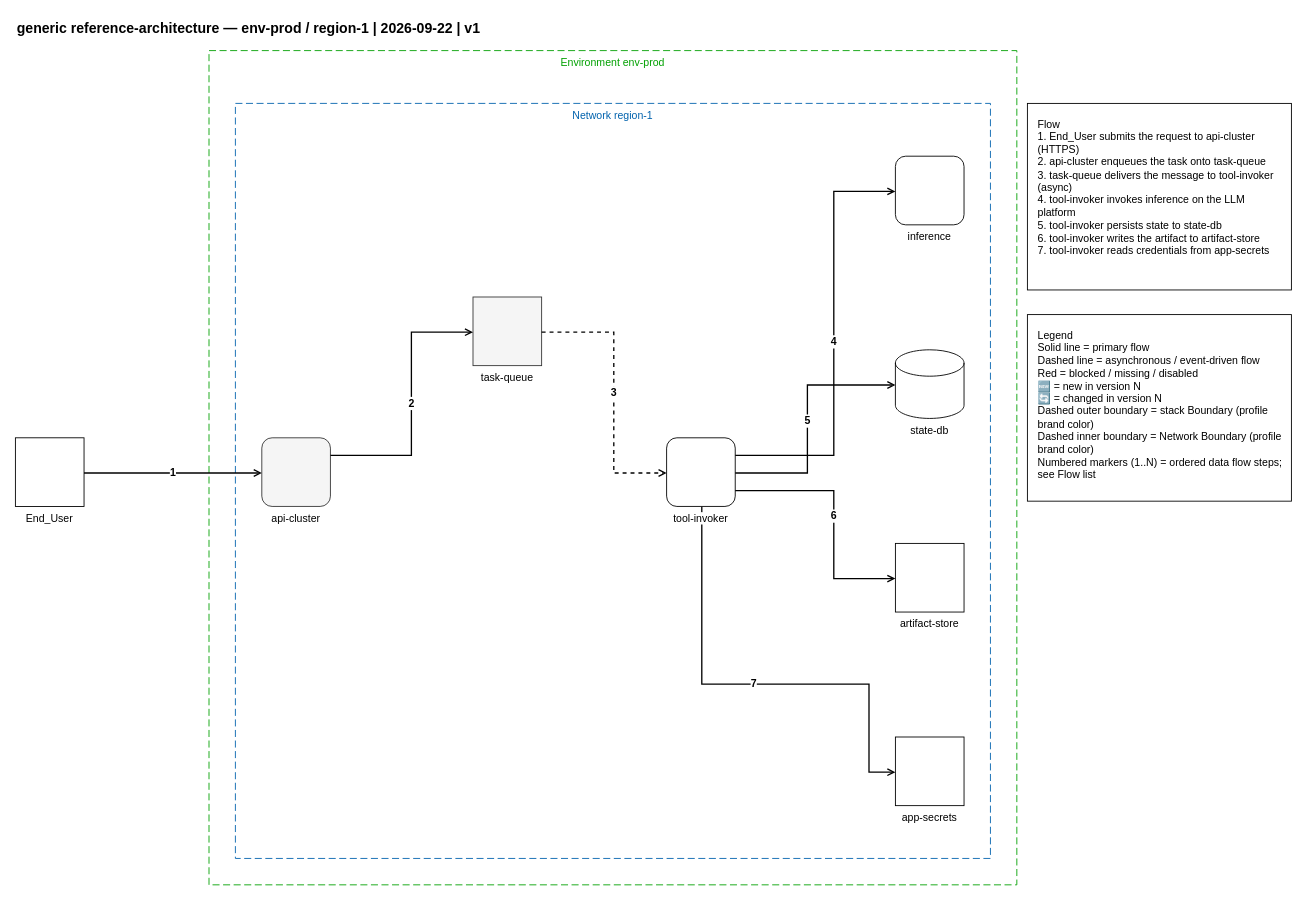
Earlier version of the draw.io diagram examples/generic/01-generic-reference-architecture.drawio (totoshko88/Cloud_Architecture). Source tidied: cells renumbered, new cells numbered last; positions are measured from the earlier drawing's top-left corner, leaving out a move shared by most shapes. Both pictures are drawn from the tidied source at 88%, with x=0, y=0 at pixel (15, 15).
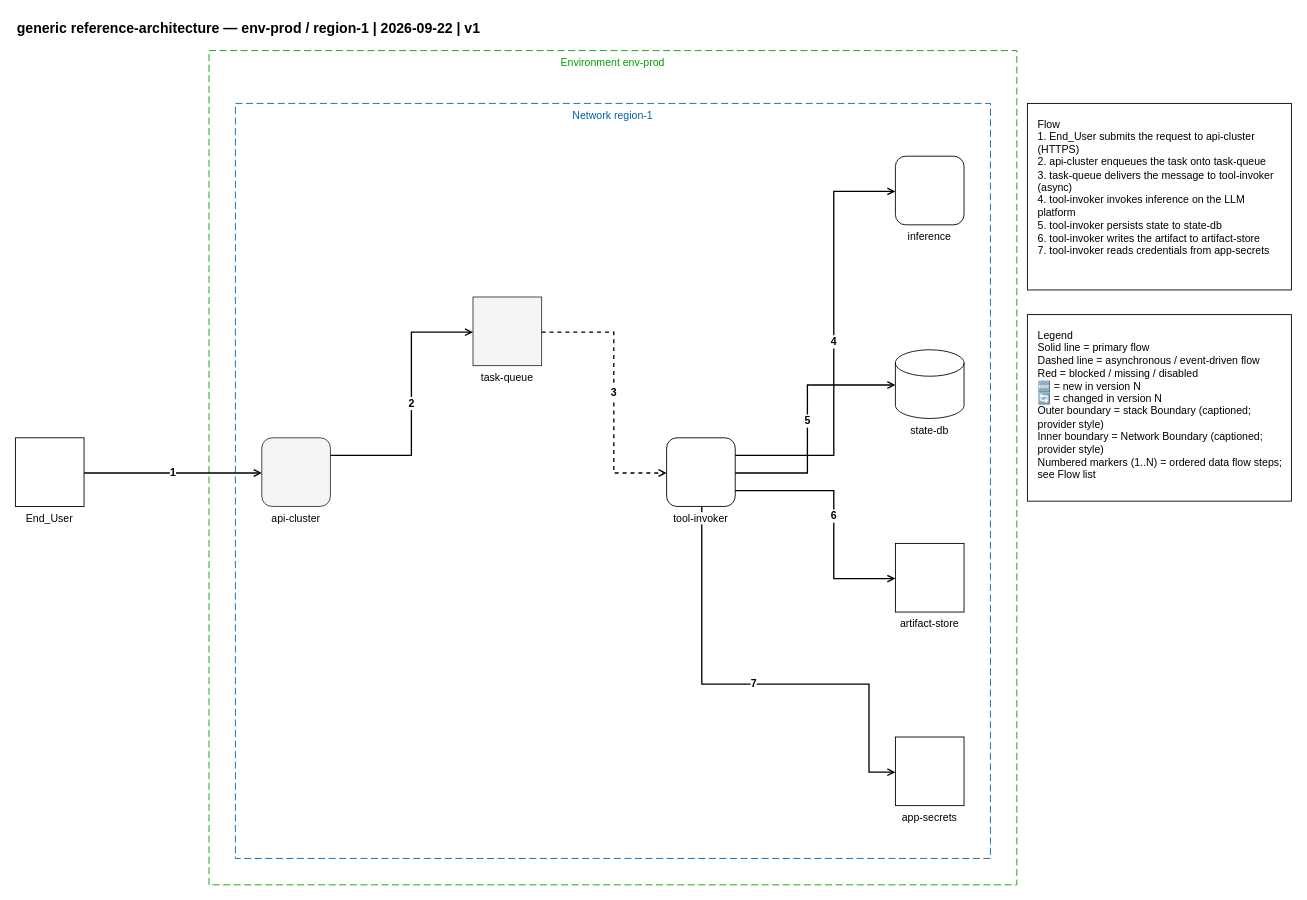
Above is the later version.

Change to the diagram source:
```diff
@@
-    <mxCell id="21" value="Legend&#10;Solid line = primary flow&#10;Dashed line = asynchronous / event-driven flow&#10;Red = blocked / missing / disabled&#10;🆕 = new in version N&#10;🔄 = changed in version N&#10;Dashed outer boundary = stack Boundary (profile brand color)&#10;Dashed inner boundary = Network Boundary (profile brand color)&#10;Numbered markers (1..N) = ordered data flow steps; see Flow list" style="text;html=1;align=left;verticalAlign=top;fontSize=12;whiteSpace=wrap;strokeColor=#000000;fillColor=#FFFFFF;spacingLeft=10;spacingRight=10;spacingTop=10;spacingBottom=10;" parent="1" vertex="1">
+    <mxCell id="21" value="Legend&#10;Solid line = primary flow&#10;Dashed line = asynchronous / event-driven flow&#10;Red = blocked / missing / disabled&#10;🆕 = new in version N&#10;🔄 = changed in version N&#10;Outer boundary = stack Boundary (captioned; provider style)&#10;Inner boundary = Network Boundary (captioned; provider style)&#10;Numbered markers (1..N) = ordered data flow steps; see Flow list" style="text;html=1;align=left;verticalAlign=top;fontSize=12;whiteSpace=wrap;strokeColor=#000000;fillColor=#FFFFFF;spacingLeft=10;spacingRight=10;spacingTop=10;spacingBottom=10;" parent="1" vertex="1">
       <mxGeometry x="1150" y="340" width="300" height="212" as="geometry" />
     </mxCell>
```
